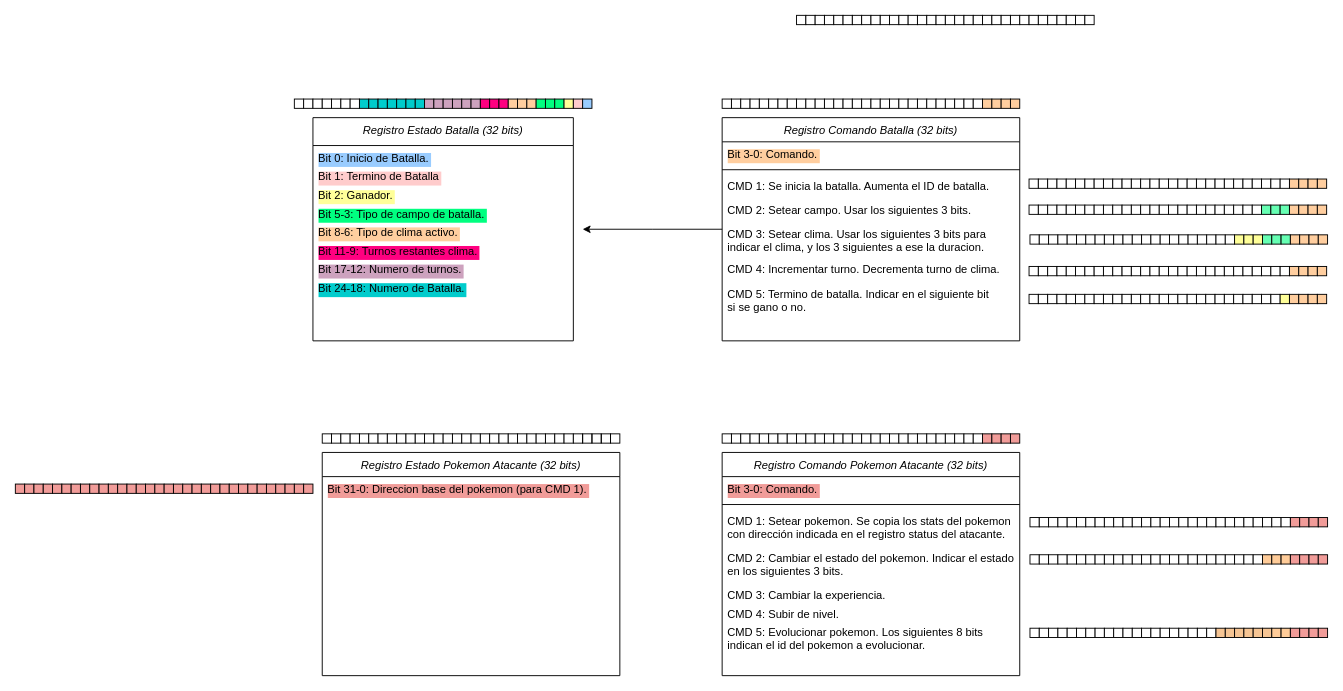
Before: src/images/pokemon/UML.drawio in sufigueroa/rars, a draw.io diagram. Source tidied: cells renumbered, new cells numbered last; positions are measured from the earlier drawing's top-left corner, leaving out a move shared by most shapes. Both pictures are drawn from the tidied source at 93%, with x=0, y=0 at pixel (15, 15).
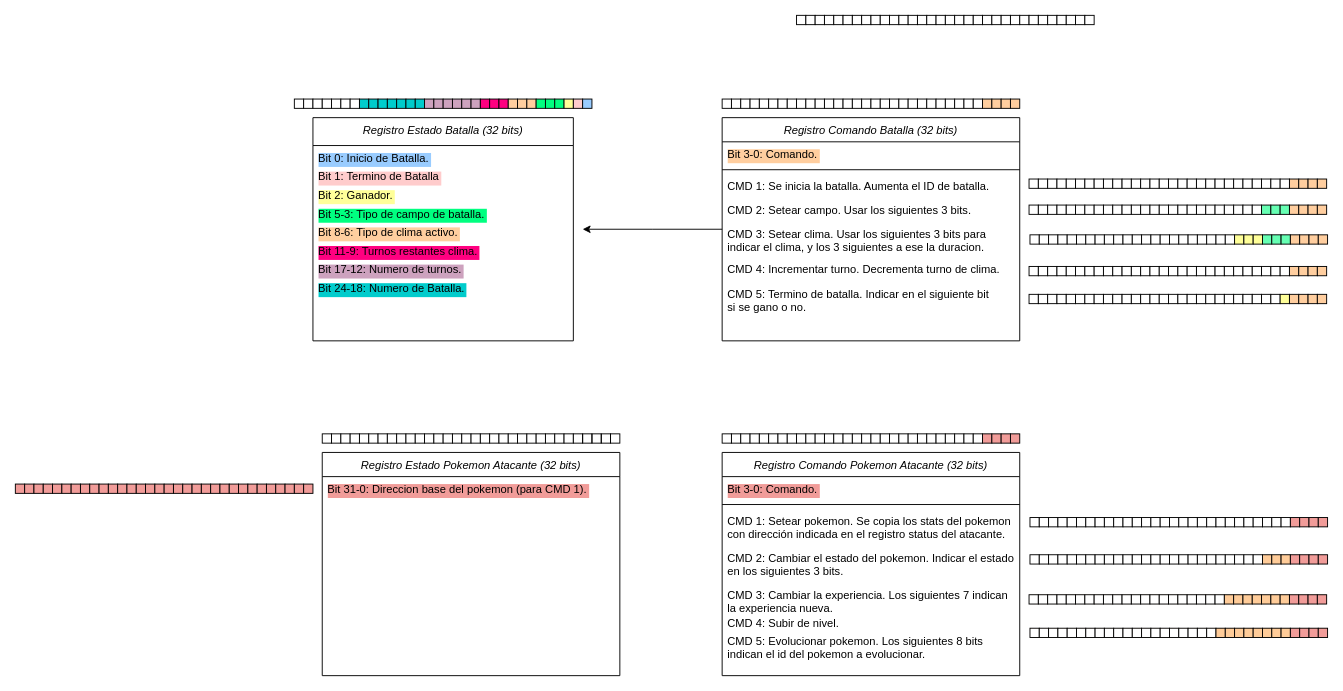
After the change.

The change refers to these unchanged cells:
```xml
<mxCell id="119" value="Registro Comando Pokemon Atacante (32 bits)" style="swimlane;fontStyle=2;align=center;verticalAlign=top;horizontal=1;startSize=26;rounded=0;shadow=0;strokeWidth=1;" parent="1" vertex="1">
  <mxGeometry x="760" y="470" width="320" height="240" as="geometry" />
</mxCell>
```

Change to the diagram source:
```diff
@@
-    <mxCell id="124" value="CMD 3: Cambiar la experiencia." style="text;align=left;verticalAlign=top;spacingLeft=4;spacingRight=4;overflow=hidden;" parent="119" vertex="1">
-      <mxGeometry y="140" width="320" height="20" as="geometry" />
+    <mxCell id="124" value="CMD 3: Cambiar la experiencia. Los siguientes 7 indican &#10;la experiencia nueva." style="text;align=left;verticalAlign=top;spacingLeft=4;spacingRight=4;overflow=hidden;" parent="119" vertex="1">
+      <mxGeometry y="140" width="320" height="30" as="geometry" />
     </mxCell>
     <mxCell id="125" value="CMD 4: Subir de nivel." style="text;align=left;verticalAlign=top;spacingLeft=4;spacingRight=4;overflow=hidden;" parent="119" vertex="1">
-      <mxGeometry y="160" width="320" height="20" as="geometry" />
+      <mxGeometry y="170" width="320" height="20" as="geometry" />
     </mxCell>
     <mxCell id="126" value="CMD 5: Evolucionar pokemon. Los siguientes 8 bits &#10;indican el id del pokemon a evolucionar." style="text;align=left;verticalAlign=top;spacingLeft=4;spacingRight=4;overflow=hidden;" parent="119" vertex="1">
-      <mxGeometry y="180" width="320" height="40" as="geometry" />
+      <mxGeometry y="190" width="320" height="40" as="geometry" />
     </mxCell>
@@
-    <mxCell id="459" style="group;" parent="1" vertex="1">
+    <mxCell id="459" style="group;fillColor=#FFCC99;" parent="1" vertex="1">
       <mxGeometry x="1091" y="659" width="320" height="10" as="geometry" />
     </mxCell>
@@
-    <mxCell id="480" style="whiteSpace=wrap;html=1;fillColor=#f6c594;" parent="459" vertex="1">
+    <mxCell id="480" style="whiteSpace=wrap;html=1;fillColor=#FFCC99;" parent="459" vertex="1">
       <mxGeometry x="200" width="10" height="10" as="geometry" />
     </mxCell>
-    <mxCell id="481" style="whiteSpace=wrap;html=1;fillColor=#f6c594;" parent="459" vertex="1">
+    <mxCell id="481" style="whiteSpace=wrap;html=1;fillColor=#FFCC99;" parent="459" vertex="1">
       <mxGeometry x="210" width="10" height="10" as="geometry" />
     </mxCell>
-    <mxCell id="482" style="whiteSpace=wrap;html=1;fillColor=#f6c594;" parent="459" vertex="1">
+    <mxCell id="482" style="whiteSpace=wrap;html=1;fillColor=#FFCC99;" parent="459" vertex="1">
       <mxGeometry x="220" width="10" height="10" as="geometry" />
     </mxCell>
-    <mxCell id="483" style="whiteSpace=wrap;html=1;fillColor=#f6c594;" parent="459" vertex="1">
+    <mxCell id="483" style="whiteSpace=wrap;html=1;fillColor=#FFCC99;" parent="459" vertex="1">
       <mxGeometry x="230" width="10" height="10" as="geometry" />
     </mxCell>
-    <mxCell id="484" style="whiteSpace=wrap;html=1;fillColor=#f6c594;" parent="459" vertex="1">
+    <mxCell id="484" style="whiteSpace=wrap;html=1;fillColor=#FFCC99;" parent="459" vertex="1">
       <mxGeometry x="240" width="10" height="10" as="geometry" />
     </mxCell>
-    <mxCell id="485" style="whiteSpace=wrap;html=1;fillColor=#f6c594;" parent="459" vertex="1">
+    <mxCell id="485" style="whiteSpace=wrap;html=1;fillColor=#FFCC99;" parent="459" vertex="1">
       <mxGeometry x="250" width="10" height="10" as="geometry" />
     </mxCell>
@@
+    <mxCell id="492" style="group;fillColor=#FFCC99;" parent="1" vertex="1">
+      <mxGeometry x="1090" y="623" width="320" height="10" as="geometry" />
+    </mxCell>
+    <mxCell id="493" style="whiteSpace=wrap;html=1;" parent="492" vertex="1">
+      <mxGeometry width="10" height="10" as="geometry" />
+    </mxCell>
+    <mxCell id="494" style="whiteSpace=wrap;html=1;" parent="492" vertex="1">
+      <mxGeometry x="10" width="10" height="10" as="geometry" />
+    </mxCell>
+    <mxCell id="495" style="whiteSpace=wrap;html=1;" parent="492" vertex="1">
+      <mxGeometry x="20" width="10" height="10" as="geometry" />
+    </mxCell>
+    <mxCell id="496" style="whiteSpace=wrap;html=1;" parent="492" vertex="1">
+      <mxGeometry x="30" width="10" height="10" as="geometry" />
+    </mxCell>
+    <mxCell id="497" style="whiteSpace=wrap;html=1;" parent="492" vertex="1">
+      <mxGeometry x="40" width="10" height="10" as="geometry" />
+    </mxCell>
+    <mxCell id="498" style="whiteSpace=wrap;html=1;" parent="492" vertex="1">
+      <mxGeometry x="50" width="10" height="10" as="geometry" />
+    </mxCell>
+    <mxCell id="499" style="whiteSpace=wrap;html=1;" parent="492" vertex="1">
+      <mxGeometry x="60" width="10" height="10" as="geometry" />
+    </mxCell>
+    <mxCell id="500" style="whiteSpace=wrap;html=1;" parent="492" vertex="1">
+      <mxGeometry x="70" width="10" height="10" as="geometry" />
+    </mxCell>
+    <mxCell id="501" style="whiteSpace=wrap;html=1;" parent="492" vertex="1">
+      <mxGeometry x="80" width="10" height="10" as="geometry" />
+    </mxCell>
+    <mxCell id="502" style="whiteSpace=wrap;html=1;" parent="492" vertex="1">
+      <mxGeometry x="90" width="10" height="10" as="geometry" />
+    </mxCell>
+    <mxCell id="503" style="whiteSpace=wrap;html=1;" parent="492" vertex="1">
+      <mxGeometry x="100" width="10" height="10" as="geometry" />
+    </mxCell>
+    <mxCell id="504" style="whiteSpace=wrap;html=1;" parent="492" vertex="1">
+      <mxGeometry x="110" width="10" height="10" as="geometry" />
+    </mxCell>
+    <mxCell id="505" style="whiteSpace=wrap;html=1;" parent="492" vertex="1">
+      <mxGeometry x="120" width="10" height="10" as="geometry" />
+    </mxCell>
+    <mxCell id="506" style="whiteSpace=wrap;html=1;" parent="492" vertex="1">
+      <mxGeometry x="130" width="10" height="10" as="geometry" />
+    </mxCell>
+    <mxCell id="507" style="whiteSpace=wrap;html=1;" parent="492" vertex="1">
+      <mxGeometry x="140" width="10" height="10" as="geometry" />
+    </mxCell>
+    <mxCell id="508" style="whiteSpace=wrap;html=1;" parent="492" vertex="1">
+      <mxGeometry x="150" width="10" height="10" as="geometry" />
+    </mxCell>
+    <mxCell id="509" style="whiteSpace=wrap;html=1;" parent="492" vertex="1">
+      <mxGeometry x="160" width="10" height="10" as="geometry" />
+    </mxCell>
+    <mxCell id="510" style="whiteSpace=wrap;html=1;" parent="492" vertex="1">
+      <mxGeometry x="170" width="10" height="10" as="geometry" />
+    </mxCell>
+    <mxCell id="511" style="whiteSpace=wrap;html=1;" parent="492" vertex="1">
+      <mxGeometry x="180" width="10" height="10" as="geometry" />
+    </mxCell>
+    <mxCell id="512" style="whiteSpace=wrap;html=1;" parent="492" vertex="1">
+      <mxGeometry x="190" width="10" height="10" as="geometry" />
+    </mxCell>
+    <mxCell id="513" style="whiteSpace=wrap;html=1;" parent="492" vertex="1">
+      <mxGeometry x="200" width="10" height="10" as="geometry" />
+    </mxCell>
+    <mxCell id="514" style="whiteSpace=wrap;html=1;fillColor=#FFCC99;" parent="492" vertex="1">
+      <mxGeometry x="210" width="10" height="10" as="geometry" />
+    </mxCell>
+    <mxCell id="515" style="whiteSpace=wrap;html=1;fillColor=#FFCC99;" parent="492" vertex="1">
+      <mxGeometry x="220" width="10" height="10" as="geometry" />
+    </mxCell>
+    <mxCell id="516" style="whiteSpace=wrap;html=1;fillColor=#FFCC99;" parent="492" vertex="1">
+      <mxGeometry x="230" width="10" height="10" as="geometry" />
+    </mxCell>
+    <mxCell id="517" style="whiteSpace=wrap;html=1;fillColor=#FFCC99;" parent="492" vertex="1">
+      <mxGeometry x="240" width="10" height="10" as="geometry" />
+    </mxCell>
+    <mxCell id="518" style="whiteSpace=wrap;html=1;fillColor=#FFCC99;" parent="492" vertex="1">
+      <mxGeometry x="250" width="10" height="10" as="geometry" />
+    </mxCell>
+    <mxCell id="519" style="whiteSpace=wrap;html=1;fillColor=#FFCC99;" parent="492" vertex="1">
+      <mxGeometry x="260" width="10" height="10" as="geometry" />
+    </mxCell>
+    <mxCell id="520" style="whiteSpace=wrap;html=1;fillColor=#FFCC99;" parent="492" vertex="1">
+      <mxGeometry x="270" width="10" height="10" as="geometry" />
+    </mxCell>
+    <mxCell id="521" style="whiteSpace=wrap;html=1;fillColor=#F19C99;" parent="492" vertex="1">
+      <mxGeometry x="280" width="10" height="10" as="geometry" />
+    </mxCell>
+    <mxCell id="522" style="whiteSpace=wrap;html=1;fillColor=#F19C99;" parent="492" vertex="1">
+      <mxGeometry x="290" width="10" height="10" as="geometry" />
+    </mxCell>
+    <mxCell id="523" style="whiteSpace=wrap;html=1;fillColor=#F19C99;" parent="492" vertex="1">
+      <mxGeometry x="300" width="10" height="10" as="geometry" />
+    </mxCell>
+    <mxCell id="524" style="whiteSpace=wrap;html=1;fillColor=#F19C99;" parent="492" vertex="1">
+      <mxGeometry x="310" width="10" height="10" as="geometry" />
+    </mxCell>
```
